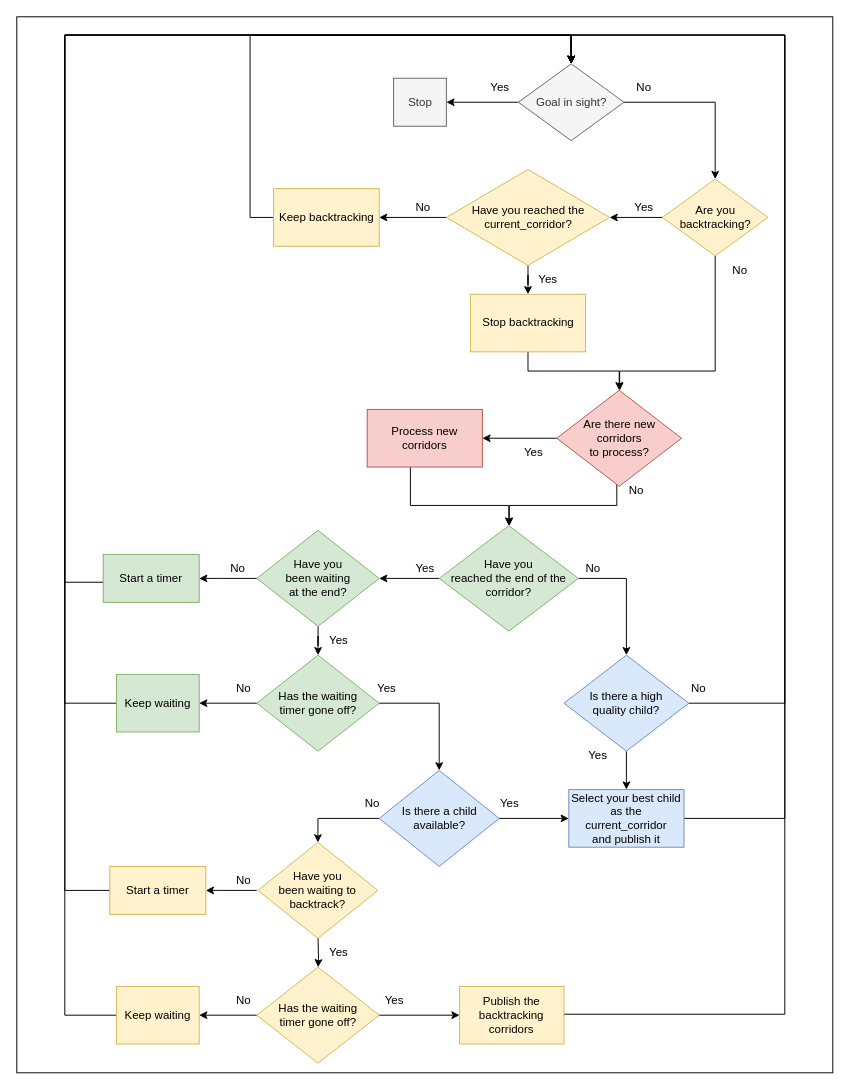
Before: corridors/docs/corridor_manager_flowchart.drawio in meco-group/Barn_challenge, a draw.io diagram. Source tidied: cells renumbered, new cells numbered last; positions are measured from the earlier drawing's top-left corner, leaving out a move shared by most shapes. Both pictures are drawn from the tidied source at 96%, with x=0, y=0 at pixel (16, 16).
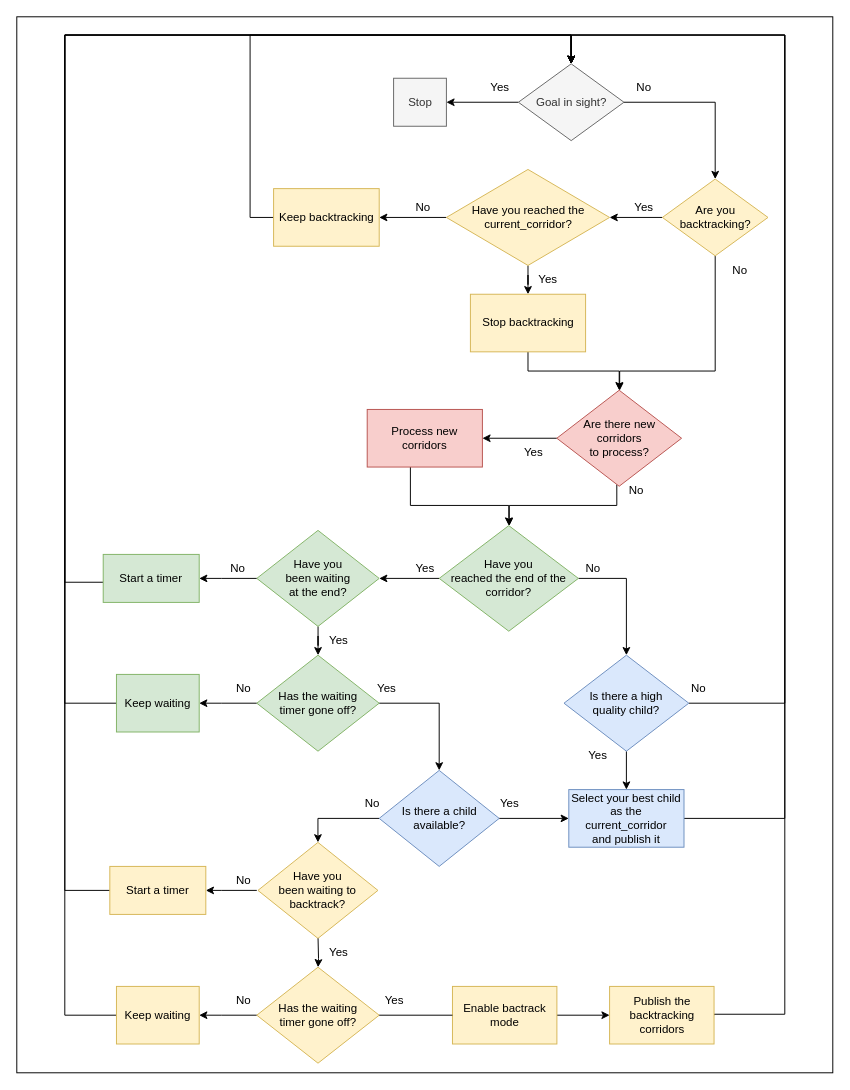
Above is the later version.

Commit message (it also covers changes not shown here):
Small update to manager flowchart

The change refers to these unchanged cells:
```xml
<mxCell id="68" value="Has the waiting&lt;br&gt;timer gone off?" style="rhombus;whiteSpace=wrap;html=1;fillColor=#fff2cc;strokeColor=#d6b656;" parent="1" vertex="1">
  <mxGeometry x="250" y="990" width="127.5" height="100" as="geometry" />
</mxCell>
```

Diff of the diagram source:
```diff
@@
-    <mxCell id="67" style="edgeStyle=orthogonalEdgeStyle;rounded=0;jettySize=auto;html=1;" parent="1" edge="1" source="68" target="75">
+    <mxCell id="67" style="edgeStyle=orthogonalEdgeStyle;rounded=0;jettySize=auto;html=1;startArrow=none;" parent="1" edge="1" source="77" target="75">
       <mxGeometry relative="1" as="geometry" />
     </mxCell>
@@
     <mxCell id="75" value="Publish the backtracking corridors" style="whiteSpace=wrap;html=1;fillColor=#fff2cc;strokeColor=#d6b656;" parent="1" vertex="1">
-      <mxGeometry x="461.2" y="1010" width="108.8" height="60" as="geometry" />
+      <mxGeometry x="617.5" y="1010" width="108.8" height="60" as="geometry" />
     </mxCell>
@@
+    <mxCell id="77" value="Enable bactrack mode" style="whiteSpace=wrap;html=1;fillColor=#fff2cc;strokeColor=#d6b656;" parent="1" vertex="1">
+      <mxGeometry x="453.8" y="1010" width="108.8" height="60" as="geometry" />
+    </mxCell>
+    <mxCell id="78" style="edgeStyle=orthogonalEdgeStyle;rounded=0;jettySize=auto;html=1;endArrow=none;" parent="1" edge="1" source="68" target="77">
+      <mxGeometry relative="1" as="geometry" />
+    </mxCell>
```
